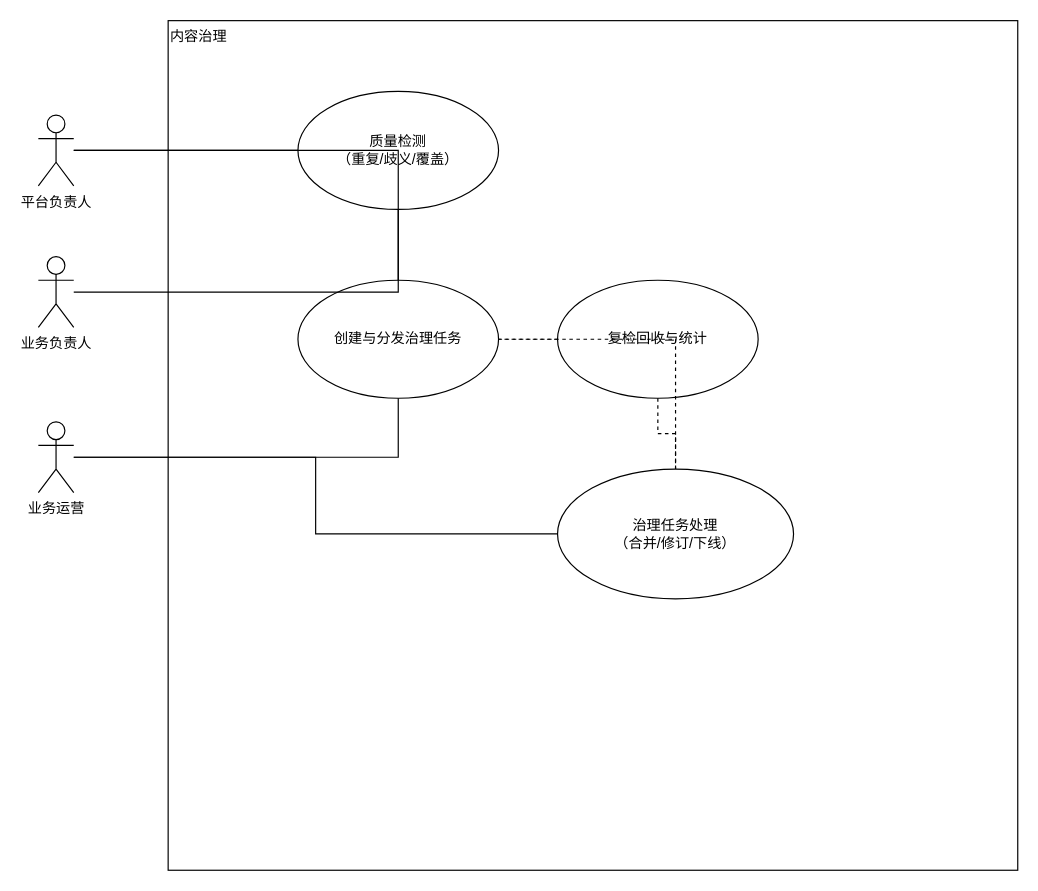
The draw.io diagram page "内容治理用例图" (7 of 26) of figure/figures.drawio in jqq04/nju-thesis-2026, before the edit. Source tidied: cells renumbered, new cells numbered last; positions are measured from the earlier drawing's top-left corner, leaving out a move shared by most shapes. Both pictures are drawn from the tidied source at 118%, with x=0, y=0 at pixel (38, 20).
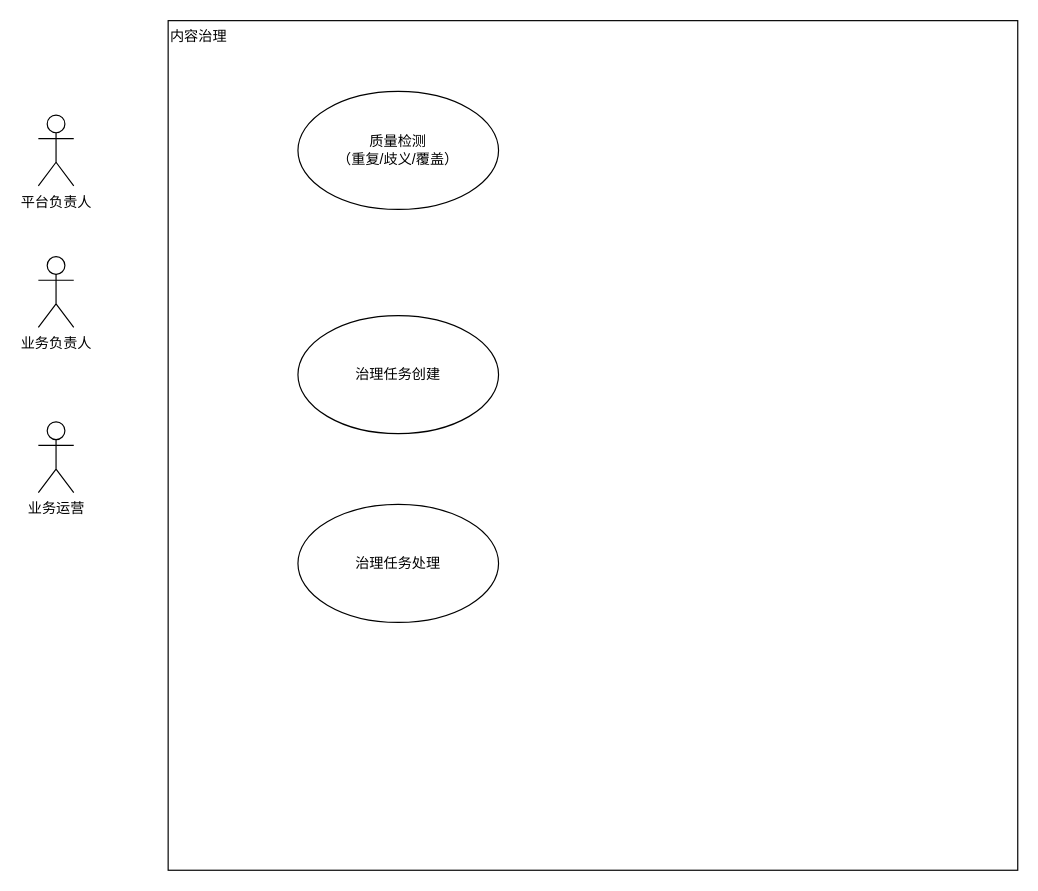
The same page after the edit.

The edit, as a diff of the source:
```diff
@@
 <mxGraphModel>
   <root>
     <mxCell id="0" />
     <mxCell id="1" parent="0" />
     <mxCell id="2" value="内容治理" style="rounded=0;whiteSpace=wrap;html=1;align=left;verticalAlign=top;" parent="1" vertex="1">
       <mxGeometry x="110" width="720" height="720" as="geometry" />
     </mxCell>
     <mxCell id="3" value="平台负责人" style="shape=umlActor;verticalLabelPosition=bottom;verticalAlign=top;html=1;outlineConnect=0;" parent="1" vertex="1">
       <mxGeometry y="80" width="30" height="60" as="geometry" />
     </mxCell>
     <mxCell id="4" value="业务负责人" style="shape=umlActor;verticalLabelPosition=bottom;verticalAlign=top;html=1;outlineConnect=0;" parent="1" vertex="1">
       <mxGeometry y="200" width="30" height="60" as="geometry" />
     </mxCell>
     <mxCell id="5" value="业务运营" style="shape=umlActor;verticalLabelPosition=bottom;verticalAlign=top;html=1;outlineConnect=0;" parent="1" vertex="1">
       <mxGeometry y="340" width="30" height="60" as="geometry" />
     </mxCell>
     <mxCell id="6" value="质量检测&#10;（重复/歧义/覆盖）" style="ellipse;whiteSpace=wrap;html=1;" parent="1" vertex="1">
       <mxGeometry x="220" y="60" width="170" height="100" as="geometry" />
     </mxCell>
-    <mxCell id="7" value="创建与分发治理任务" style="ellipse;whiteSpace=wrap;html=1;" parent="1" vertex="1">
-      <mxGeometry x="220" y="220" width="170" height="100" as="geometry" />
+    <mxCell id="7" value="治理任务创建" style="ellipse;whiteSpace=wrap;html=1;" parent="1" vertex="1">
+      <mxGeometry x="220" y="250" width="170" height="100" as="geometry" />
     </mxCell>
-    <mxCell id="8" value="治理任务处理&#10;（合并/修订/下线）" style="ellipse;whiteSpace=wrap;html=1;" parent="1" vertex="1">
-      <mxGeometry x="440" y="380" width="200" height="110" as="geometry" />
-    </mxCell>
-    <mxCell id="9" value="复检回收与统计" style="ellipse;whiteSpace=wrap;html=1;" parent="1" vertex="1">
-      <mxGeometry x="440" y="220" width="170" height="100" as="geometry" />
+    <mxCell id="9" value="治理任务处理" style="ellipse;whiteSpace=wrap;html=1;" parent="1" vertex="1">
+      <mxGeometry x="220" y="410" width="170" height="100" as="geometry" />
     </mxCell>
-    <mxCell id="10" style="endArrow=none;html=1;rounded=0;edgeStyle=orthogonalEdgeStyle;" parent="1" edge="1" source="3" target="6">
-      <mxGeometry relative="1" as="geometry" />
-    </mxCell>
-    <mxCell id="11" style="endArrow=none;html=1;rounded=0;edgeStyle=orthogonalEdgeStyle;" parent="1" edge="1" source="4" target="6">
-      <mxGeometry relative="1" as="geometry" />
-    </mxCell>
-    <mxCell id="12" style="endArrow=none;html=1;rounded=0;edgeStyle=orthogonalEdgeStyle;" parent="1" edge="1" source="3" target="7">
-      <mxGeometry relative="1" as="geometry" />
-    </mxCell>
-    <mxCell id="13" style="endArrow=none;html=1;rounded=0;edgeStyle=orthogonalEdgeStyle;" parent="1" edge="1" source="5" target="7">
-      <mxGeometry relative="1" as="geometry" />
-    </mxCell>
-    <mxCell id="14" style="endArrow=none;html=1;rounded=0;edgeStyle=orthogonalEdgeStyle;" parent="1" edge="1" source="5" target="8">
-      <mxGeometry relative="1" as="geometry" />
-    </mxCell>
-    <mxCell id="15" style="endArrow=none;html=1;rounded=0;edgeStyle=orthogonalEdgeStyle;dashed=1;dashPattern=3 3;" parent="1" edge="1" source="7" target="8">
-      <mxGeometry relative="1" as="geometry" />
-    </mxCell>
-    <mxCell id="16" style="endArrow=none;html=1;rounded=0;edgeStyle=orthogonalEdgeStyle;dashed=1;dashPattern=3 3;" parent="1" edge="1" source="8" target="9">
-      <mxGeometry relative="1" as="geometry" />
-    </mxCell>
-    <mxCell id="17" style="endArrow=none;html=1;rounded=0;edgeStyle=orthogonalEdgeStyle;dashed=1;dashPattern=3 3;" parent="1" edge="1" source="9" target="7">
-      <mxGeometry relative="1" as="geometry" />
-    </mxCell>
   </root>
 </mxGraphModel>
```
